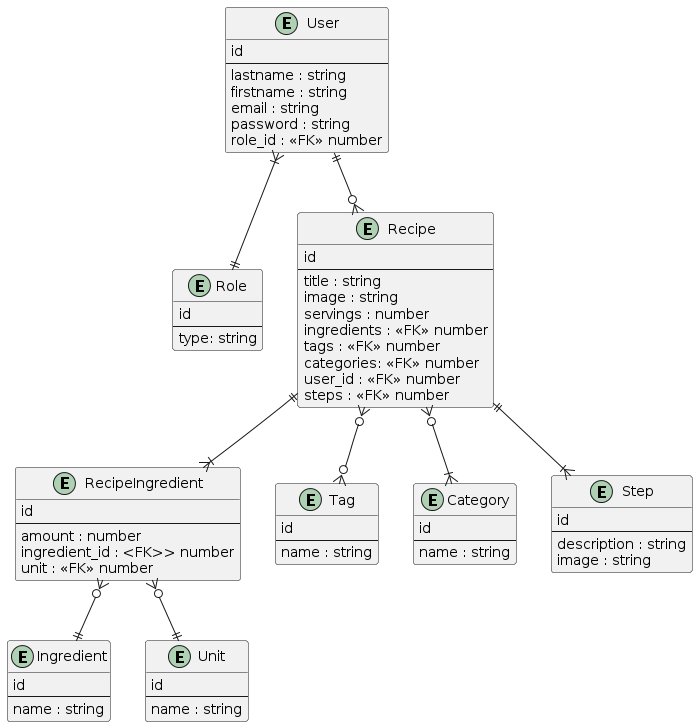
Earlier version of the PlantUML export documentation/concept/diagrams/erd.png (Ka-be/dishly).
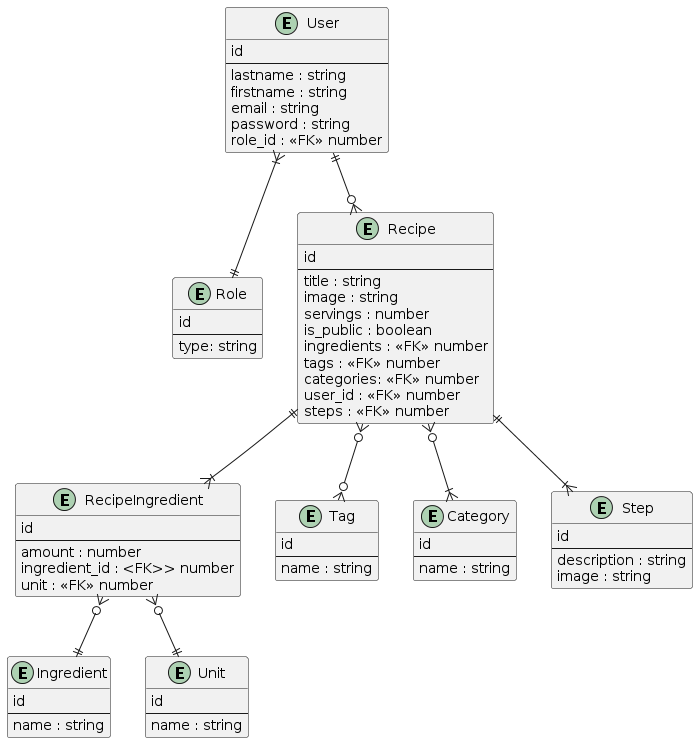
The same file after the commit.

Commit message:
Update entity-relations diagram : add visibility status property on recipe

Diff of the diagram source:
```diff
@@ -22,6 +22,7 @@
     title : string
     image : string
     servings : number
+    is_public : boolean
     ingredients : <<FK>> number
     tags : <<FK>> number
     categories: <<FK>> number
```
